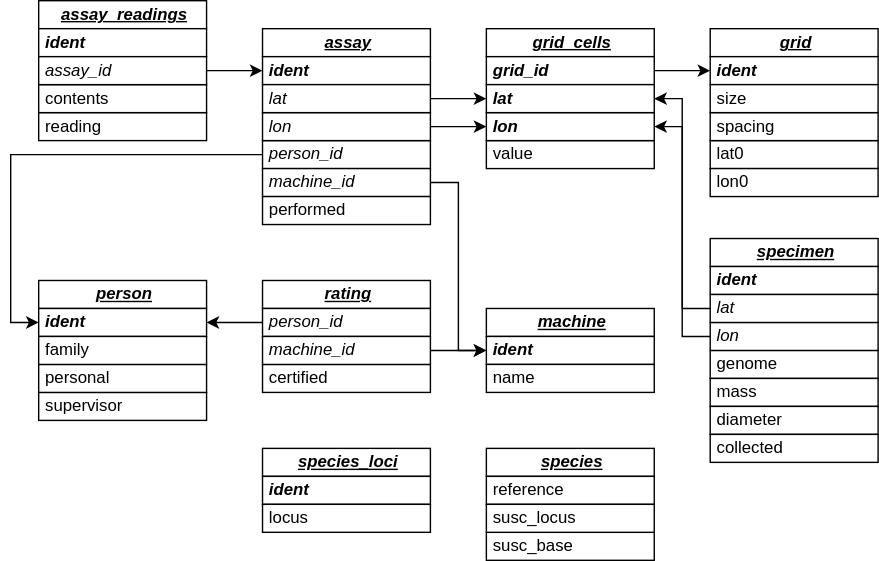
This is pages/img/schema.svg from gvwilson/snailz, a draw.io export, as it was before one commit. Source tidied: cells renumbered, new cells last; positions are measured from the earlier drawing's top-left corner, leaving out a move shared by most shapes.
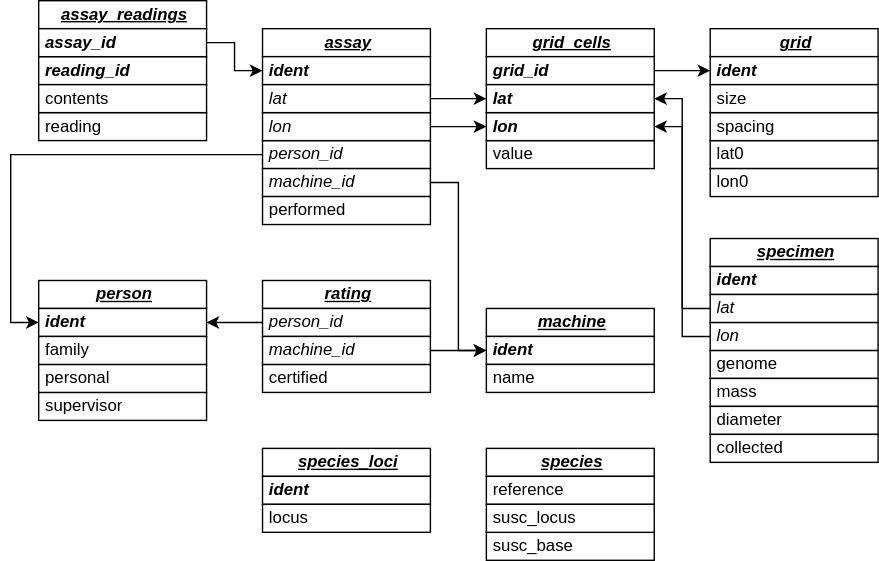
Later version of the same file.

Change to the diagram source:
```diff
@@ -95,8 +95,8 @@
     <mxCell id="32" value="&lt;i&gt;&lt;b&gt;&lt;u&gt;assay_readings&lt;/u&gt;&lt;/b&gt;&lt;/i&gt;" style="rounded=0;whiteSpace=wrap;html=1;align=center;spacingLeft=3;" parent="1" vertex="1">
       <mxGeometry x="20" width="120" height="20" as="geometry" />
     </mxCell>
-    <mxCell id="33" value="&lt;span&gt;ident&lt;/span&gt;" style="rounded=0;whiteSpace=wrap;html=1;align=left;spacingLeft=3;fontStyle=3;" parent="1" vertex="1">
-      <mxGeometry x="20" y="20" width="120" height="20" as="geometry" />
+    <mxCell id="33" value="&lt;span&gt;reading_id&lt;/span&gt;" style="rounded=0;whiteSpace=wrap;html=1;align=left;spacingLeft=3;fontStyle=3;" parent="1" vertex="1">
+      <mxGeometry x="20" y="40" width="120" height="20" as="geometry" />
     </mxCell>
     <mxCell id="34" value="reading" style="rounded=0;whiteSpace=wrap;html=1;align=left;spacingLeft=3;" parent="1" vertex="1">
       <mxGeometry x="20" y="80" width="120" height="20" as="geometry" />
@@ -104,8 +104,8 @@
     <mxCell id="35" value="contents" style="rounded=0;whiteSpace=wrap;html=1;align=left;spacingLeft=3;" parent="1" vertex="1">
       <mxGeometry x="20" y="60" width="120" height="20" as="geometry" />
     </mxCell>
-    <mxCell id="36" value="&lt;i&gt;assay_id&lt;/i&gt;" style="rounded=0;whiteSpace=wrap;html=1;align=left;spacingLeft=3;" parent="1" vertex="1">
-      <mxGeometry x="20" y="40" width="120" height="20" as="geometry" />
+    <mxCell id="36" value="&lt;i&gt;&lt;b&gt;assay_id&lt;/b&gt;&lt;/i&gt;" style="rounded=0;whiteSpace=wrap;html=1;align=left;spacingLeft=3;" parent="1" vertex="1">
+      <mxGeometry x="20" y="20" width="120" height="20" as="geometry" />
     </mxCell>
     <mxCell id="37" value="&lt;i&gt;&lt;b&gt;&lt;u&gt;species&lt;/u&gt;&lt;/b&gt;&lt;/i&gt;" style="rounded=0;whiteSpace=wrap;html=1;align=center;spacingLeft=3;" parent="1" vertex="1">
       <mxGeometry x="340" y="320" width="120" height="20" as="geometry" />
```
